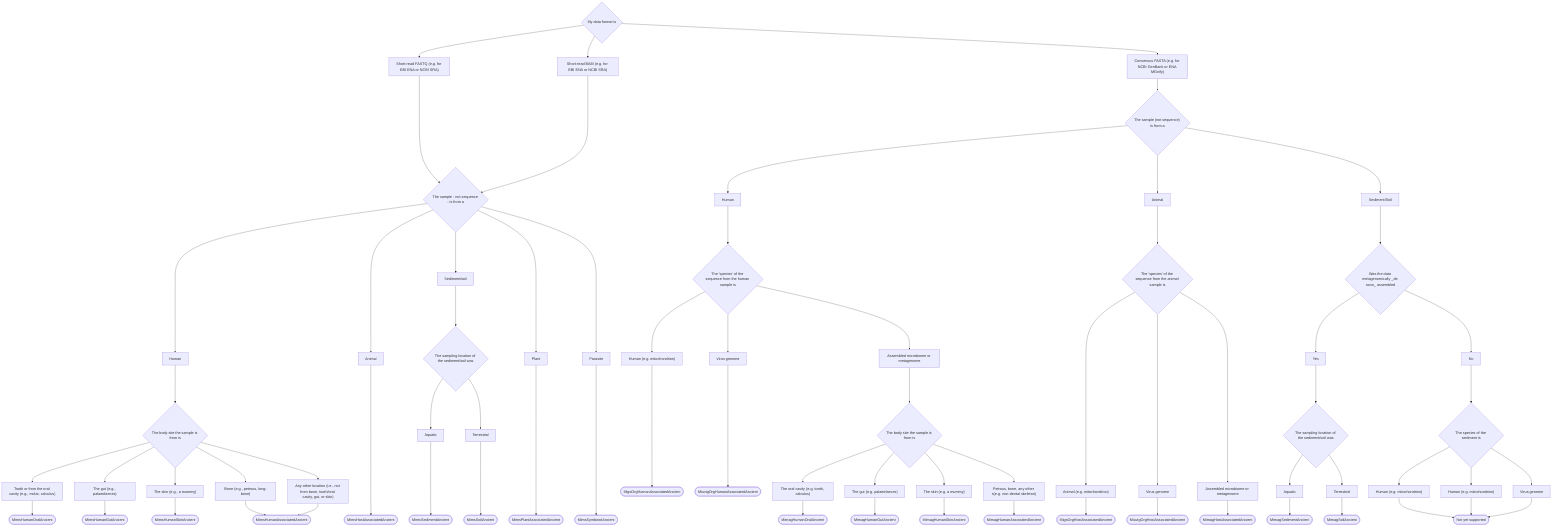
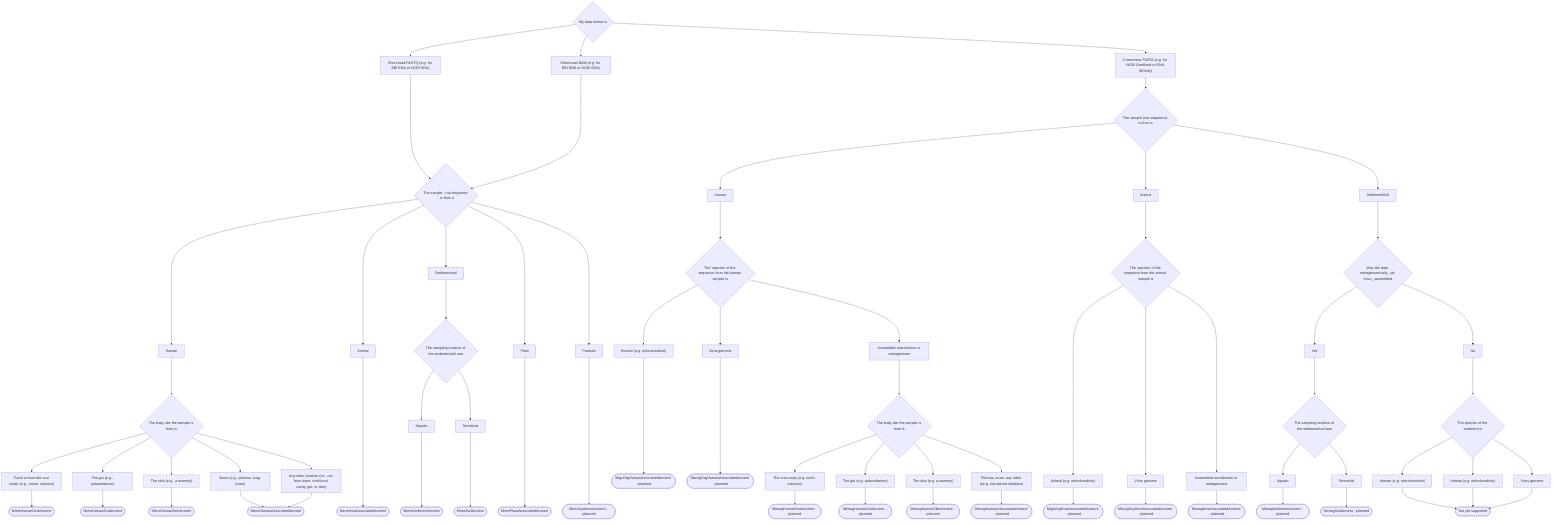
flowchart TD
    q1{"My data format is"}
    q1 --> fastq["Short-read FASTQ (e.g. for EBI ENA or NCBI SRA)"]
    q1 --> bam["Short-read BAM (e.g. for EBI ENA or NCBI SRA)"]
    q1 --> fasta["Consensus FASTA (e.g. for NCBI GenBank or ENA MGnify)"]

    fastq ---> q2
    bam ---> q2

    q2{"The sample - not sequence - is from a"}
    q2 ---> SampleFastqHuman["Human"]
    q2 ---> SampleFastqAnimal["Animal"]
    q2 --> SampleFastqSediment["Sediment/soil"]
    q2 ---> SampleFastqPlant["Plant"]
    q2 ---> SampleFastqSymbiont["Parasite"]

    SampleFastqHuman --> q13
    SampleFastqAnimal ----> MimsHostAssociatedAncient([MimsHostAssociatedAncient])
    SampleFastqSediment --> q14
    SampleFastqPlant ----> MimsPlantAssociatedAncient(["MimsPlantAssociatedAncient"])
-     SampleFastqSymbiont ----> MimsSymbiontAncient([MimsSymbiontAncient])
+     SampleFastqSymbiont ----> MimsSymbiontAncient([MimsSymbiontAncient - planned])

    q13{"The body site the sample is from is"}
    q13 --> FastqHumanOral["Tooth or from the oral cavity (e.g., molar, calculus)"]
    q13 --> FastqHumanGut["The gut (e.g., palaeofaeces)"]
    q13 --> FastqHumanSkin["The skin (e.g., a mummy)"]
    q13 --> FastqHumanBone["Bone (e.g., petrous, long-bone)"]
    q13 --> FastqHumanOther["Any other location (i.e., not from bone, tooth/oral cavity, gut, or skin)"]

    FastqHumanOral --> MimsHumanGutOralAncient([MimsHumanOralAncient])
    FastqHumanGut --> MimsHumanGutAncient([MimsHumanGutAncient])
    FastqHumanSkin --> MimsHumanSkinAncient([MimsHumanSkinAncient])
    FastqHumanBone --> MimsHumanAssociatedAncient([MimsHumanAssociatedAncient])
    FastqHumanOther --> MimsHumanAssociatedAncient([MimsHumanAssociatedAncient])

    q14{"The sampling location of the sediment/soil was"}
    q14 --> SampleFastqLake["Aquatic"]
    q14 --> SampleFastqTerrestrial["Terrestrial"]
    SampleFastqLake ---> MimsSedimentAncient(["MimsSedimentAncient"])
    SampleFastqTerrestrial --->  MimsSoilAncient(["MimsSoilAncient"])

    fasta --> q3{"The sample (not sequence) is from a"}
    q3 --> SampleFastaHuman[Human]
    q3 --> SampleFastaAnimal[Animal]
    q3 --> SampleFastaSediment["Sediment/Soil"]
    SampleFastaHuman --> q6
    SampleFastaAnimal --> q7
    SampleFastaSediment --> q11

    q11{"Was the data metagenomically _de novo_ assembled"}
    q11 --> FastaSedimentAssembleYes["Yes"]
    q11 --> FastaSedimentAssembleNo["No"]
    FastaSedimentAssembleYes --> q10
    FastaSedimentAssembleNo --> q12

    q12{"The species of the sediment is"}
    q12 --> SeqFastaSedimentHuman["Human (e.g. mitochondrion)"]
    q12 --> SeqFastaSedimentAnimal["Human (e.g. mitochondrion)"]
    q12 --> SeqFastaSedimentVirus["Virus genome"]

    SeqFastaSedimentHuman --> NotYetSupported(["Not yet supported"])
    SeqFastaSedimentAnimal --> NotYetSupported(["Not yet supported"])
    SeqFastaSedimentVirus --> NotYetSupported(["Not yet supported"])

    q10{"The sampling location of the sediment/soil was"}
    q10 --> SampleFastaLake["Aquatic"]
    q10 --> SampleFastaTerrestrial["Terrestrial"]
-     SampleFastaLake --> MimagSedimentAncient(["MimagSedimentAncient"])
-     SampleFastaTerrestrial -->  MimagSoilAncient(["MimagSoilAncient"])
+     SampleFastaLake --> MimagSedimentAncient(["MimagSedimentAncient - planned"])
+     SampleFastaTerrestrial -->  MimagSoilAncient(["MimagSoilAncient - planned"])

    q6{"The 'species' of the sequence from the human sample is"}
    q6 --> SeqFastaHuman["Human (e.g. mitochondrion)"]
    q6 --> SeqFastaVirus["Virus genome"]
    q6 --> SeqFastaHumanMetagenome["Assembled microbiome or metagenome"]

-     SeqFastaHuman ---> MigsOrgHumanAssociatedAncient([MigsOrgHumanAssociatedAncient])
-     SeqFastaVirus ---> MiuvigOrgHumanAssociatedAncient([MiuvigOrgHumanAssociatedAncient])
+     SeqFastaHuman ---> MigsOrgHumanAssociatedAncient([MigsOrgHumanAssociatedAncient - planned])
+     SeqFastaVirus ---> MiuvigOrgHumanAssociatedAncient([MiuvigOrgHumanAssociatedAncient - planned])
    SeqFastaHumanMetagenome["Assembled microbiome or metagenome"] --> q8

    q8{"The body site the sample is from is"}
    q8 --> FastaHumanOral["The oral cavity (e.g. tooth, calculus)"]
    q8 --> FastaHumanGut["The gut (e.g. palaeofaeces)"]
    q8 --> FastaHumanSkin["The skin (e.g. a mummy)"]
    q8 --> FastaHumanOther["Petrous, bone, any other s(e.g. non-dental skeleton)"]

-     FastaHumanOral --> MimagHumanGutOralAncient([MimagHumanOralAncient])
-     FastaHumanGut --> MimagHumanGutAncient([MimagHumanGutAncient])
-     FastaHumanSkin --> MimagHumanSkinAncient([MimagHumanSkinAncient])
-     FastaHumanOther --> MimagHumanAssociatedAncient([MimagHumanAssociatedAncient])
+     FastaHumanOral --> MimagHumanGutOralAncient([MimagHumanOralAncient - planned])
+     FastaHumanGut --> MimagHumanGutAncient([MimagHumanGutAncient - planned])
+     FastaHumanSkin --> MimagHumanSkinAncient([MimagHumanSkinAncient - planned])
+     FastaHumanOther --> MimagHumanAssociatedAncient([MimagHumanAssociatedAncient - planned])

    q7{"The 'species' of the sequence from the animal sample is"}
    q7 ----> SeqFastaAnimal["Animal (e.g. mitochondrion)"]
    q7 ----> SeqFastaAnimalVirus["Virus genome"]
    q7 ---->  SeqFastaAnimalMetagenome["Assembled microbiome or metagenome"]

-     SeqFastaAnimal --> MigsOrgHostAssociatedAncient([MigsOrgHostAssociatedAncient])
-     SeqFastaAnimalVirus --> MiuvigOrgHostAssociatedAncient([MiuvigOrgHostAssociatedAncient])
-     SeqFastaAnimalMetagenome --> MimagHostAssociatedAncient([MimagHostAssociatedAncient])+     SeqFastaAnimal --> MigsOrgHostAssociatedAncient([MigsOrgHostAssociatedAncient - planned])
+     SeqFastaAnimalVirus --> MiuvigOrgHostAssociatedAncient([MiuvigOrgHostAssociatedAncient - planned])
+     SeqFastaAnimalMetagenome --> MimagHostAssociatedAncient([MimagHostAssociatedAncient - planned])